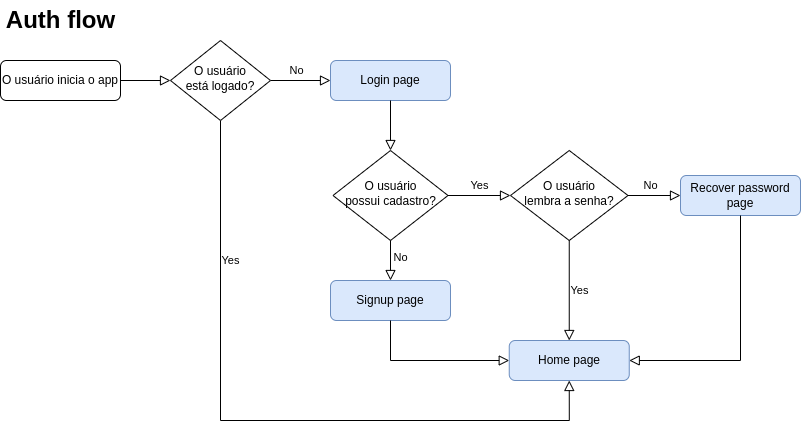
Earlier version of the draw.io export extra/flowchart.drawio.png (jbrenorv/ifchat). Source tidied: cells renumbered, new cells last; positions are measured from the earlier drawing's top-left corner, leaving out a move shared by most shapes.
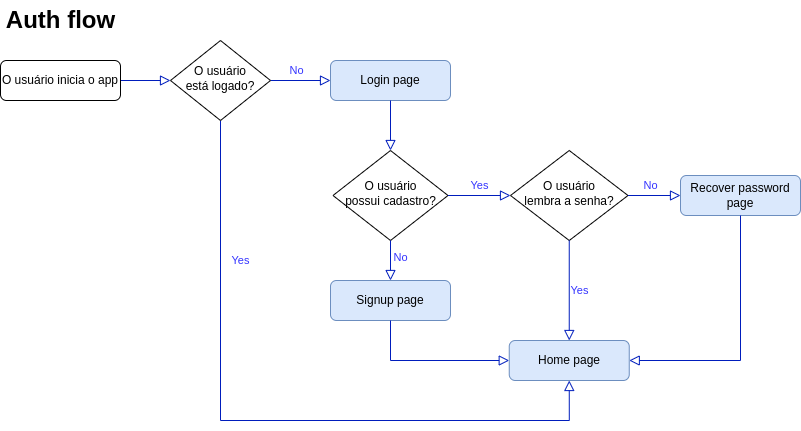
After the commit.

Diff of the diagram source:
```diff
@@ -2,7 +2,7 @@
   <root>
     <mxCell id="0" />
     <mxCell id="1" parent="0" />
-    <mxCell id="2" style="rounded=0;html=1;jettySize=auto;fontSize=11;endArrow=block;endFill=0;endSize=8;strokeWidth=1;shadow=0;labelBackgroundColor=none;edgeStyle=orthogonalEdgeStyle;entryX=0;entryY=0.5;entryDx=0;entryDy=0;" parent="1" edge="1" source="3" target="7">
+    <mxCell id="2" style="rounded=0;html=1;jettySize=auto;fontSize=11;endArrow=block;endFill=0;endSize=8;strokeWidth=1;shadow=0;labelBackgroundColor=none;edgeStyle=orthogonalEdgeStyle;entryX=0;entryY=0.5;entryDx=0;entryDy=0;fontColor=#3333FF;fillColor=#0050ef;strokeColor=#001DBC;" parent="1" edge="1" source="3" target="7">
       <mxGeometry relative="1" as="geometry" />
     </mxCell>
     <mxCell id="3" value="O usuário inicia o app" style="rounded=1;whiteSpace=wrap;html=1;fontSize=12;glass=0;strokeWidth=1;shadow=0;" parent="1" vertex="1">
@@ -11,11 +11,11 @@
     <mxCell id="4" value="Home page" style="rounded=1;whiteSpace=wrap;html=1;fontSize=12;glass=0;strokeWidth=1;shadow=0;fillColor=#dae8fc;strokeColor=#6c8ebf;" parent="1" vertex="1">
       <mxGeometry x="508.8" y="340" width="120" height="40" as="geometry" />
     </mxCell>
-    <mxCell id="5" value="No" style="rounded=0;html=1;jettySize=auto;fontSize=11;endArrow=block;endFill=0;endSize=8;strokeWidth=1;shadow=0;labelBackgroundColor=none;edgeStyle=orthogonalEdgeStyle;exitX=1;exitY=0.5;exitDx=0;exitDy=0;entryX=0;entryY=0.5;entryDx=0;entryDy=0;" parent="1" edge="1" source="7" target="8">
+    <mxCell id="5" value="No" style="rounded=0;html=1;jettySize=auto;fontSize=11;endArrow=block;endFill=0;endSize=8;strokeWidth=1;shadow=0;labelBackgroundColor=none;edgeStyle=orthogonalEdgeStyle;exitX=1;exitY=0.5;exitDx=0;exitDy=0;entryX=0;entryY=0.5;entryDx=0;entryDy=0;fillColor=#0050ef;strokeColor=#001DBC;fontColor=#3333FF;" parent="1" edge="1" source="7" target="8">
       <mxGeometry x="-0.14" y="10" relative="1" as="geometry" />
     </mxCell>
-    <mxCell id="6" value="Yes" style="edgeStyle=orthogonalEdgeStyle;rounded=0;html=1;jettySize=auto;fontSize=11;endArrow=block;endFill=0;endSize=8;strokeWidth=1;shadow=0;labelBackgroundColor=none;exitX=0.5;exitY=1;exitDx=0;exitDy=0;entryX=0.5;entryY=1;entryDx=0;entryDy=0;" parent="1" edge="1" source="7" target="4">
-      <mxGeometry x="-0.59" y="10" relative="1" as="geometry">
+    <mxCell id="6" value="Yes" style="edgeStyle=orthogonalEdgeStyle;rounded=0;html=1;jettySize=auto;fontSize=11;endArrow=block;endFill=0;endSize=8;strokeWidth=1;shadow=0;labelBackgroundColor=none;exitX=0.5;exitY=1;exitDx=0;exitDy=0;entryX=0.5;entryY=1;entryDx=0;entryDy=0;fillColor=#0050ef;strokeColor=#001DBC;fontColor=#3333FF;" parent="1" edge="1" source="7" target="4">
+      <mxGeometry x="-0.59" y="20" relative="1" as="geometry">
         <Array as="points">
           <mxPoint x="220" y="420" />
           <mxPoint x="569" y="420" />
@@ -31,19 +31,19 @@
     <mxCell id="9" value="O usuário&lt;br&gt;possui cadastro?" style="rhombus;whiteSpace=wrap;html=1;shadow=0;fontFamily=Helvetica;fontSize=12;align=center;strokeWidth=1;spacing=6;spacingTop=-4;" parent="1" vertex="1">
       <mxGeometry x="332.5" y="150" width="115" height="90" as="geometry" />
     </mxCell>
-    <mxCell id="10" style="rounded=0;html=1;jettySize=auto;fontSize=11;endArrow=block;endFill=0;endSize=8;strokeWidth=1;shadow=0;labelBackgroundColor=none;edgeStyle=orthogonalEdgeStyle;exitX=0.5;exitY=1;exitDx=0;exitDy=0;entryX=0.5;entryY=0;entryDx=0;entryDy=0;" parent="1" edge="1" source="8" target="9">
+    <mxCell id="10" style="rounded=0;html=1;jettySize=auto;fontSize=11;endArrow=block;endFill=0;endSize=8;strokeWidth=1;shadow=0;labelBackgroundColor=none;edgeStyle=orthogonalEdgeStyle;exitX=0.5;exitY=1;exitDx=0;exitDy=0;entryX=0.5;entryY=0;entryDx=0;entryDy=0;fillColor=#0050ef;strokeColor=#001DBC;" parent="1" edge="1" source="8" target="9">
       <mxGeometry relative="1" as="geometry" />
     </mxCell>
     <mxCell id="11" value="Signup page" style="rounded=1;whiteSpace=wrap;html=1;fontSize=12;glass=0;strokeWidth=1;shadow=0;fillColor=#dae8fc;strokeColor=#6c8ebf;" parent="1" vertex="1">
       <mxGeometry x="330" y="280" width="120" height="40" as="geometry" />
     </mxCell>
-    <mxCell id="12" value="No" style="rounded=0;html=1;jettySize=auto;fontSize=11;endArrow=block;endFill=0;endSize=8;strokeWidth=1;shadow=0;labelBackgroundColor=none;edgeStyle=orthogonalEdgeStyle;entryX=0.5;entryY=0;entryDx=0;entryDy=0;exitX=0.5;exitY=1;exitDx=0;exitDy=0;" parent="1" edge="1" source="9" target="11">
+    <mxCell id="12" value="No" style="rounded=0;html=1;jettySize=auto;fontSize=11;endArrow=block;endFill=0;endSize=8;strokeWidth=1;shadow=0;labelBackgroundColor=none;edgeStyle=orthogonalEdgeStyle;entryX=0.5;entryY=0;entryDx=0;entryDy=0;exitX=0.5;exitY=1;exitDx=0;exitDy=0;fillColor=#0050ef;strokeColor=#001DBC;fontColor=#3333FF;" parent="1" edge="1" source="9" target="11">
       <mxGeometry x="-0.14" y="10" relative="1" as="geometry" />
     </mxCell>
-    <mxCell id="13" value="Yes" style="edgeStyle=orthogonalEdgeStyle;rounded=0;html=1;jettySize=auto;fontSize=11;endArrow=block;endFill=0;endSize=8;strokeWidth=1;shadow=0;labelBackgroundColor=none;entryX=0;entryY=0.5;entryDx=0;entryDy=0;exitX=1;exitY=0.5;exitDx=0;exitDy=0;" parent="1" edge="1" source="9" target="16">
+    <mxCell id="13" value="Yes" style="edgeStyle=orthogonalEdgeStyle;rounded=0;html=1;jettySize=auto;fontSize=11;endArrow=block;endFill=0;endSize=8;strokeWidth=1;shadow=0;labelBackgroundColor=none;entryX=0;entryY=0.5;entryDx=0;entryDy=0;exitX=1;exitY=0.5;exitDx=0;exitDy=0;fillColor=#0050ef;strokeColor=#001DBC;fontColor=#3333FF;" parent="1" edge="1" source="9" target="16">
       <mxGeometry y="10" relative="1" as="geometry" />
     </mxCell>
-    <mxCell id="14" style="rounded=0;html=1;jettySize=auto;fontSize=11;endArrow=block;endFill=0;endSize=8;strokeWidth=1;shadow=0;labelBackgroundColor=none;edgeStyle=orthogonalEdgeStyle;exitX=0.5;exitY=1;exitDx=0;exitDy=0;entryX=0;entryY=0.5;entryDx=0;entryDy=0;" parent="1" edge="1" source="11" target="4">
+    <mxCell id="14" style="rounded=0;html=1;jettySize=auto;fontSize=11;endArrow=block;endFill=0;endSize=8;strokeWidth=1;shadow=0;labelBackgroundColor=none;edgeStyle=orthogonalEdgeStyle;exitX=0.5;exitY=1;exitDx=0;exitDy=0;entryX=0;entryY=0.5;entryDx=0;entryDy=0;fillColor=#0050ef;strokeColor=#001DBC;" parent="1" edge="1" source="11" target="4">
       <mxGeometry relative="1" as="geometry" />
     </mxCell>
     <mxCell id="15" value="Auth flow" style="text;strokeColor=none;fillColor=none;html=1;fontSize=24;fontStyle=1;verticalAlign=middle;align=center;fontFamily=Helvetica;fontColor=default;" parent="1" vertex="1">
@@ -55,13 +55,13 @@
     <mxCell id="17" value="Recover password&lt;br&gt;page" style="rounded=1;whiteSpace=wrap;html=1;fontSize=12;glass=0;strokeWidth=1;shadow=0;fillColor=#dae8fc;strokeColor=#6c8ebf;" parent="1" vertex="1">
       <mxGeometry x="680" y="175" width="120" height="40" as="geometry" />
     </mxCell>
-    <mxCell id="18" value="No" style="rounded=0;html=1;jettySize=auto;fontSize=11;endArrow=block;endFill=0;endSize=8;strokeWidth=1;shadow=0;labelBackgroundColor=none;edgeStyle=orthogonalEdgeStyle;entryX=0;entryY=0.5;entryDx=0;entryDy=0;exitX=1;exitY=0.5;exitDx=0;exitDy=0;" parent="1" edge="1" source="16" target="17">
+    <mxCell id="18" value="No" style="rounded=0;html=1;jettySize=auto;fontSize=11;endArrow=block;endFill=0;endSize=8;strokeWidth=1;shadow=0;labelBackgroundColor=none;edgeStyle=orthogonalEdgeStyle;entryX=0;entryY=0.5;entryDx=0;entryDy=0;exitX=1;exitY=0.5;exitDx=0;exitDy=0;fillColor=#0050ef;strokeColor=#001DBC;fontColor=#3333FF;" parent="1" edge="1" source="16" target="17">
       <mxGeometry x="-0.14" y="10" relative="1" as="geometry" />
     </mxCell>
-    <mxCell id="19" style="rounded=0;html=1;jettySize=auto;fontSize=11;endArrow=block;endFill=0;endSize=8;strokeWidth=1;shadow=0;labelBackgroundColor=none;edgeStyle=orthogonalEdgeStyle;exitX=0.5;exitY=1;exitDx=0;exitDy=0;entryX=1;entryY=0.5;entryDx=0;entryDy=0;" parent="1" edge="1" source="17" target="4">
+    <mxCell id="19" style="rounded=0;html=1;jettySize=auto;fontSize=11;endArrow=block;endFill=0;endSize=8;strokeWidth=1;shadow=0;labelBackgroundColor=none;edgeStyle=orthogonalEdgeStyle;exitX=0.5;exitY=1;exitDx=0;exitDy=0;entryX=1;entryY=0.5;entryDx=0;entryDy=0;fillColor=#0050ef;strokeColor=#001DBC;" parent="1" edge="1" source="17" target="4">
       <mxGeometry relative="1" as="geometry" />
     </mxCell>
-    <mxCell id="20" value="Yes" style="edgeStyle=orthogonalEdgeStyle;rounded=0;html=1;jettySize=auto;fontSize=11;endArrow=block;endFill=0;endSize=8;strokeWidth=1;shadow=0;labelBackgroundColor=none;entryX=0.5;entryY=0;entryDx=0;entryDy=0;exitX=0.5;exitY=1;exitDx=0;exitDy=0;" parent="1" edge="1" source="16" target="4">
+    <mxCell id="20" value="Yes" style="edgeStyle=orthogonalEdgeStyle;rounded=0;html=1;jettySize=auto;fontSize=11;endArrow=block;endFill=0;endSize=8;strokeWidth=1;shadow=0;labelBackgroundColor=none;entryX=0.5;entryY=0;entryDx=0;entryDy=0;exitX=0.5;exitY=1;exitDx=0;exitDy=0;fillColor=#0050ef;strokeColor=#001DBC;fontColor=#3333FF;" parent="1" edge="1" source="16" target="4">
       <mxGeometry y="10" relative="1" as="geometry" />
     </mxCell>
   </root>
```
